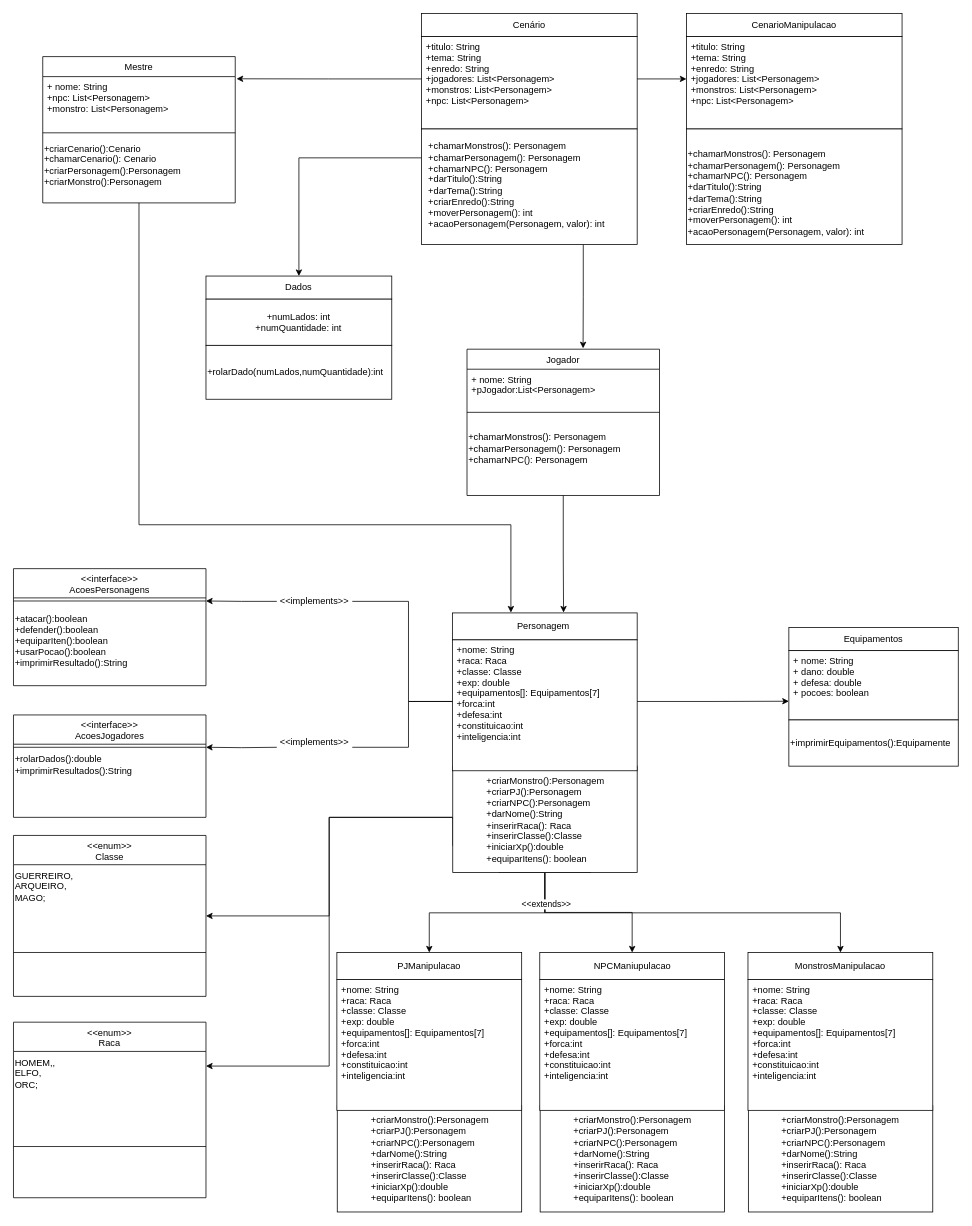
Earlier version of the draw.io diagram diagrama-trabalho-final-rpg.drawio (MrMoisesNoah/MestresDoRPG-trabalho-programaVemSerDBC). Source tidied: cells renumbered, new cells numbered last; positions are measured from the earlier drawing's top-left corner, leaving out a move shared by most shapes. Both pictures are drawn from the tidied source at 77%, with x=0, y=0 at pixel (13, 13).
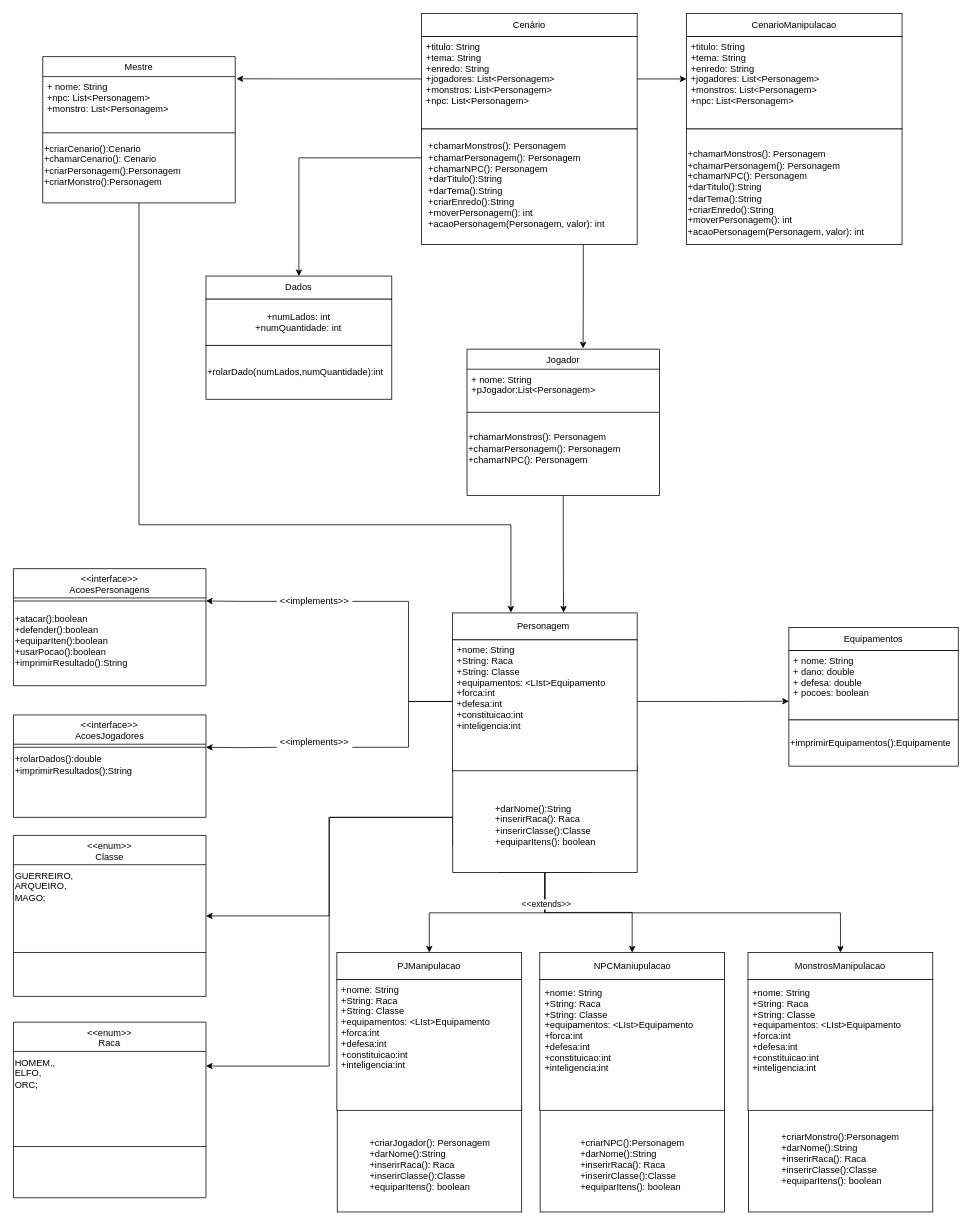
The same diagram, later.

Change to the diagram source:
```diff
@@
-    <mxCell id="23" value="&lt;div style=&quot;text-align: left;&quot;&gt;&lt;span style=&quot;background-color: initial;&quot;&gt;+criarMonstro():Personagem&lt;/span&gt;&lt;/div&gt;&lt;div style=&quot;text-align: left;&quot;&gt;&lt;span style=&quot;background-color: initial;&quot;&gt;+criarPJ():Personagem&lt;/span&gt;&lt;/div&gt;&lt;div style=&quot;text-align: left;&quot;&gt;&lt;span style=&quot;background-color: initial;&quot;&gt;+criarNPC():Personagem&lt;/span&gt;&lt;/div&gt;&lt;div style=&quot;text-align: left;&quot;&gt;&lt;span style=&quot;background-color: initial;&quot;&gt;+darNome():String&lt;/span&gt;&lt;/div&gt;&lt;div style=&quot;text-align: left;&quot;&gt;&lt;span style=&quot;background-color: initial;&quot;&gt;+inserirRaca(): Raca&lt;/span&gt;&lt;/div&gt;&lt;div style=&quot;text-align: left;&quot;&gt;&lt;span style=&quot;background-color: initial;&quot;&gt;+inserirClasse():Classe&lt;/span&gt;&lt;/div&gt;&lt;div style=&quot;text-align: left;&quot;&gt;&lt;span style=&quot;background-color: initial;&quot;&gt;+iniciarXp():double&lt;/span&gt;&lt;/div&gt;&lt;div style=&quot;text-align: left;&quot;&gt;&lt;span style=&quot;background-color: initial;&quot;&gt;+equiparItens(): boolean&lt;/span&gt;&lt;/div&gt;" style="rounded=0;whiteSpace=wrap;html=1;" parent="1" vertex="1">
+    <mxCell id="23" value="&lt;div style=&quot;text-align: left;&quot;&gt;&lt;br&gt;&lt;/div&gt;&lt;div style=&quot;text-align: left;&quot;&gt;&lt;span style=&quot;background-color: initial;&quot;&gt;+darNome():String&lt;/span&gt;&lt;/div&gt;&lt;div style=&quot;text-align: left;&quot;&gt;&lt;span style=&quot;background-color: initial;&quot;&gt;+inserirRaca(): Raca&lt;/span&gt;&lt;/div&gt;&lt;div style=&quot;text-align: left;&quot;&gt;&lt;span style=&quot;background-color: initial;&quot;&gt;+inserirClasse():Classe&lt;/span&gt;&lt;/div&gt;&lt;div style=&quot;text-align: left;&quot;&gt;&lt;span style=&quot;background-color: initial;&quot;&gt;+equiparItens(): boolean&lt;/span&gt;&lt;/div&gt;" style="rounded=0;whiteSpace=wrap;html=1;" parent="1" vertex="1">
       <mxGeometry x="570.5" y="977.5" width="239.5" height="138" as="geometry" />
     </mxCell>
@@
-    <mxCell id="28" value="+nome: String&#10;+raca: Raca&#10;+classe: Classe&#10;+exp: double&#10;+equipamentos[]: Equipamentos[7]&#10;+forca:int&#10;+defesa:int&#10;+constituicao:int&#10;+inteligencia:int&#10;&#10;&#10;&#10;&#10;" style="text;align=left;verticalAlign=top;spacingLeft=4;spacingRight=4;overflow=hidden;points=[[0,0.5],[1,0.5]];portConstraint=eastwest;" parent="1" vertex="1">
+    <mxCell id="28" value="+nome: String&#10;+String: Raca&#10;+String: Classe&#10;+equipamentos: &lt;LIst&gt;Equipamento&#10;+forca:int&#10;+defesa:int&#10;+constituicao:int&#10;+inteligencia:int&#10;&#10;&#10;&#10;&#10;" style="text;align=left;verticalAlign=top;spacingLeft=4;spacingRight=4;overflow=hidden;points=[[0,0.5],[1,0.5]];portConstraint=eastwest;" parent="1" vertex="1">
       <mxGeometry x="570" y="813.5" width="240" height="160" as="geometry" />
     </mxCell>
@@
-    <mxCell id="60" value="&lt;div style=&quot;text-align: left;&quot;&gt;&lt;span style=&quot;background-color: initial;&quot;&gt;+criarMonstro():Personagem&lt;/span&gt;&lt;/div&gt;&lt;div style=&quot;text-align: left;&quot;&gt;&lt;span style=&quot;background-color: initial;&quot;&gt;+criarPJ():Personagem&lt;/span&gt;&lt;/div&gt;&lt;div style=&quot;text-align: left;&quot;&gt;&lt;span style=&quot;background-color: initial;&quot;&gt;+criarNPC():Personagem&lt;/span&gt;&lt;/div&gt;&lt;div style=&quot;text-align: left;&quot;&gt;&lt;span style=&quot;background-color: initial;&quot;&gt;+darNome():String&lt;/span&gt;&lt;/div&gt;&lt;div style=&quot;text-align: left;&quot;&gt;&lt;span style=&quot;background-color: initial;&quot;&gt;+inserirRaca(): Raca&lt;/span&gt;&lt;/div&gt;&lt;div style=&quot;text-align: left;&quot;&gt;&lt;span style=&quot;background-color: initial;&quot;&gt;+inserirClasse():Classe&lt;/span&gt;&lt;/div&gt;&lt;div style=&quot;text-align: left;&quot;&gt;&lt;span style=&quot;background-color: initial;&quot;&gt;+iniciarXp():double&lt;/span&gt;&lt;/div&gt;&lt;div style=&quot;text-align: left;&quot;&gt;&lt;span style=&quot;background-color: initial;&quot;&gt;+equiparItens(): boolean&lt;/span&gt;&lt;/div&gt;" style="rounded=0;whiteSpace=wrap;html=1;" parent="1" vertex="1">
+    <mxCell id="60" value="&lt;div style=&quot;text-align: left;&quot;&gt;&lt;span style=&quot;background-color: initial;&quot;&gt;+criarMonstro():Personagem&lt;/span&gt;&lt;/div&gt;&lt;div style=&quot;text-align: left;&quot;&gt;&lt;span style=&quot;background-color: initial;&quot;&gt;+darNome():String&lt;/span&gt;&lt;/div&gt;&lt;div style=&quot;text-align: left;&quot;&gt;&lt;span style=&quot;background-color: initial;&quot;&gt;+inserirRaca(): Raca&lt;/span&gt;&lt;/div&gt;&lt;div style=&quot;text-align: left;&quot;&gt;&lt;span style=&quot;background-color: initial;&quot;&gt;+inserirClasse():Classe&lt;/span&gt;&lt;/div&gt;&lt;div style=&quot;text-align: left;&quot;&gt;&lt;span style=&quot;background-color: initial;&quot;&gt;+equiparItens(): boolean&lt;/span&gt;&lt;/div&gt;" style="rounded=0;whiteSpace=wrap;html=1;" parent="1" vertex="1">
       <mxGeometry x="954.4" y="1418.5" width="239.5" height="138" as="geometry" />
     </mxCell>
@@
-    <mxCell id="62" value="+nome: String&#10;+raca: Raca&#10;+classe: Classe&#10;+exp: double&#10;+equipamentos[]: Equipamentos[7]&#10;+forca:int&#10;+defesa:int&#10;+constituicao:int&#10;+inteligencia:int&#10;&#10;&#10;&#10;&#10;" style="text;align=left;verticalAlign=top;spacingLeft=4;spacingRight=4;overflow=hidden;" parent="1" vertex="1">
-      <mxGeometry x="953.9" y="1254.5" width="240" height="160" as="geometry" />
+    <mxCell id="62" value="+nome: String&#10;+String: Raca&#10;+String: Classe&#10;+equipamentos: &lt;LIst&gt;Equipamento&#10;+forca:int&#10;+defesa:int&#10;+constituicao:int&#10;+inteligencia:int&#10;&#10;&#10;&#10;&#10;" style="text;align=left;verticalAlign=top;spacingLeft=4;spacingRight=4;overflow=hidden;" parent="1" vertex="1">
+      <mxGeometry x="953.9" y="1258.5" width="240" height="160" as="geometry" />
     </mxCell>
@@
-    <mxCell id="65" value="&lt;div style=&quot;text-align: left;&quot;&gt;&lt;span style=&quot;background-color: initial;&quot;&gt;+criarMonstro():Personagem&lt;/span&gt;&lt;/div&gt;&lt;div style=&quot;text-align: left;&quot;&gt;&lt;span style=&quot;background-color: initial;&quot;&gt;+criarPJ():Personagem&lt;/span&gt;&lt;/div&gt;&lt;div style=&quot;text-align: left;&quot;&gt;&lt;span style=&quot;background-color: initial;&quot;&gt;+criarNPC():Personagem&lt;/span&gt;&lt;/div&gt;&lt;div style=&quot;text-align: left;&quot;&gt;&lt;span style=&quot;background-color: initial;&quot;&gt;+darNome():String&lt;/span&gt;&lt;/div&gt;&lt;div style=&quot;text-align: left;&quot;&gt;&lt;span style=&quot;background-color: initial;&quot;&gt;+inserirRaca(): Raca&lt;/span&gt;&lt;/div&gt;&lt;div style=&quot;text-align: left;&quot;&gt;&lt;span style=&quot;background-color: initial;&quot;&gt;+inserirClasse():Classe&lt;/span&gt;&lt;/div&gt;&lt;div style=&quot;text-align: left;&quot;&gt;&lt;span style=&quot;background-color: initial;&quot;&gt;+iniciarXp():double&lt;/span&gt;&lt;/div&gt;&lt;div style=&quot;text-align: left;&quot;&gt;&lt;span style=&quot;background-color: initial;&quot;&gt;+equiparItens(): boolean&lt;/span&gt;&lt;/div&gt;" style="rounded=0;whiteSpace=wrap;html=1;" parent="1" vertex="1">
+    <mxCell id="65" value="&lt;div style=&quot;text-align: left;&quot;&gt;&lt;br&gt;&lt;/div&gt;&lt;div style=&quot;text-align: left;&quot;&gt;&lt;span style=&quot;background-color: initial;&quot;&gt;+criarNPC():Personagem&lt;/span&gt;&lt;/div&gt;&lt;div style=&quot;text-align: left;&quot;&gt;&lt;span style=&quot;background-color: initial;&quot;&gt;+darNome():String&lt;/span&gt;&lt;/div&gt;&lt;div style=&quot;text-align: left;&quot;&gt;&lt;span style=&quot;background-color: initial;&quot;&gt;+inserirRaca(): Raca&lt;/span&gt;&lt;/div&gt;&lt;div style=&quot;text-align: left;&quot;&gt;&lt;span style=&quot;background-color: initial;&quot;&gt;+inserirClasse():Classe&lt;/span&gt;&lt;/div&gt;&lt;div style=&quot;text-align: left;&quot;&gt;&lt;span style=&quot;background-color: initial;&quot;&gt;+equiparItens(): boolean&lt;/span&gt;&lt;/div&gt;" style="rounded=0;whiteSpace=wrap;html=1;" parent="1" vertex="1">
       <mxGeometry x="684" y="1418.5" width="239.5" height="138" as="geometry" />
     </mxCell>
@@
-    <mxCell id="67" value="+nome: String&#10;+raca: Raca&#10;+classe: Classe&#10;+exp: double&#10;+equipamentos[]: Equipamentos[7]&#10;+forca:int&#10;+defesa:int&#10;+constituicao:int&#10;+inteligencia:int&#10;&#10;&#10;&#10;&#10;" style="text;align=left;verticalAlign=top;spacingLeft=4;spacingRight=4;overflow=hidden;" parent="1" vertex="1">
-      <mxGeometry x="683.5" y="1254.5" width="240" height="160" as="geometry" />
+    <mxCell id="67" value="+nome: String&#10;+String: Raca&#10;+String: Classe&#10;+equipamentos: &lt;LIst&gt;Equipamento&#10;+forca:int&#10;+defesa:int&#10;+constituicao:int&#10;+inteligencia:int&#10;&#10;&#10;&#10;&#10;" style="text;align=left;verticalAlign=top;spacingLeft=4;spacingRight=4;overflow=hidden;" parent="1" vertex="1">
+      <mxGeometry x="684" y="1258.5" width="240" height="160" as="geometry" />
     </mxCell>
@@
-    <mxCell id="70" value="&lt;div style=&quot;text-align: left;&quot;&gt;&lt;span style=&quot;background-color: initial;&quot;&gt;+criarMonstro():Personagem&lt;/span&gt;&lt;/div&gt;&lt;div style=&quot;text-align: left;&quot;&gt;&lt;span style=&quot;background-color: initial;&quot;&gt;+criarPJ():Personagem&lt;/span&gt;&lt;/div&gt;&lt;div style=&quot;text-align: left;&quot;&gt;&lt;span style=&quot;background-color: initial;&quot;&gt;+criarNPC():Personagem&lt;/span&gt;&lt;/div&gt;&lt;div style=&quot;text-align: left;&quot;&gt;&lt;span style=&quot;background-color: initial;&quot;&gt;+darNome():String&lt;/span&gt;&lt;/div&gt;&lt;div style=&quot;text-align: left;&quot;&gt;&lt;span style=&quot;background-color: initial;&quot;&gt;+inserirRaca(): Raca&lt;/span&gt;&lt;/div&gt;&lt;div style=&quot;text-align: left;&quot;&gt;&lt;span style=&quot;background-color: initial;&quot;&gt;+inserirClasse():Classe&lt;/span&gt;&lt;/div&gt;&lt;div style=&quot;text-align: left;&quot;&gt;&lt;span style=&quot;background-color: initial;&quot;&gt;+iniciarXp():double&lt;/span&gt;&lt;/div&gt;&lt;div style=&quot;text-align: left;&quot;&gt;&lt;span style=&quot;background-color: initial;&quot;&gt;+equiparItens(): boolean&lt;/span&gt;&lt;/div&gt;" style="rounded=0;whiteSpace=wrap;html=1;" parent="1" vertex="1">
+    <mxCell id="70" value="&lt;div style=&quot;text-align: left;&quot;&gt;&lt;br&gt;&lt;/div&gt;&lt;div style=&quot;text-align: left;&quot;&gt;+criarJogador(): Personagem&lt;/div&gt;&lt;div style=&quot;text-align: left;&quot;&gt;&lt;span style=&quot;background-color: initial;&quot;&gt;+darNome():String&lt;/span&gt;&lt;/div&gt;&lt;div style=&quot;text-align: left;&quot;&gt;&lt;span style=&quot;background-color: initial;&quot;&gt;+inserirRaca(): Raca&lt;/span&gt;&lt;/div&gt;&lt;div style=&quot;text-align: left;&quot;&gt;&lt;span style=&quot;background-color: initial;&quot;&gt;+inserirClasse():Classe&lt;/span&gt;&lt;/div&gt;&lt;div style=&quot;text-align: left;&quot;&gt;&lt;span style=&quot;background-color: initial;&quot;&gt;+equiparItens(): boolean&lt;/span&gt;&lt;/div&gt;" style="rounded=0;whiteSpace=wrap;html=1;" parent="1" vertex="1">
       <mxGeometry x="420.5" y="1418.5" width="239.5" height="138" as="geometry" />
     </mxCell>
@@
-    <mxCell id="72" value="+nome: String&#10;+raca: Raca&#10;+classe: Classe&#10;+exp: double&#10;+equipamentos[]: Equipamentos[7]&#10;+forca:int&#10;+defesa:int&#10;+constituicao:int&#10;+inteligencia:int&#10;&#10;&#10;&#10;&#10;" style="text;align=left;verticalAlign=top;spacingLeft=4;spacingRight=4;overflow=hidden;" parent="1" vertex="1">
+    <mxCell id="72" value="+nome: String&#10;+String: Raca&#10;+String: Classe&#10;+equipamentos: &lt;LIst&gt;Equipamento&#10;+forca:int&#10;+defesa:int&#10;+constituicao:int&#10;+inteligencia:int&#10;&#10;&#10;&#10;&#10;" style="text;align=left;verticalAlign=top;spacingLeft=4;spacingRight=4;overflow=hidden;" parent="1" vertex="1">
       <mxGeometry x="420" y="1254.5" width="240" height="160" as="geometry" />
     </mxCell>
```
